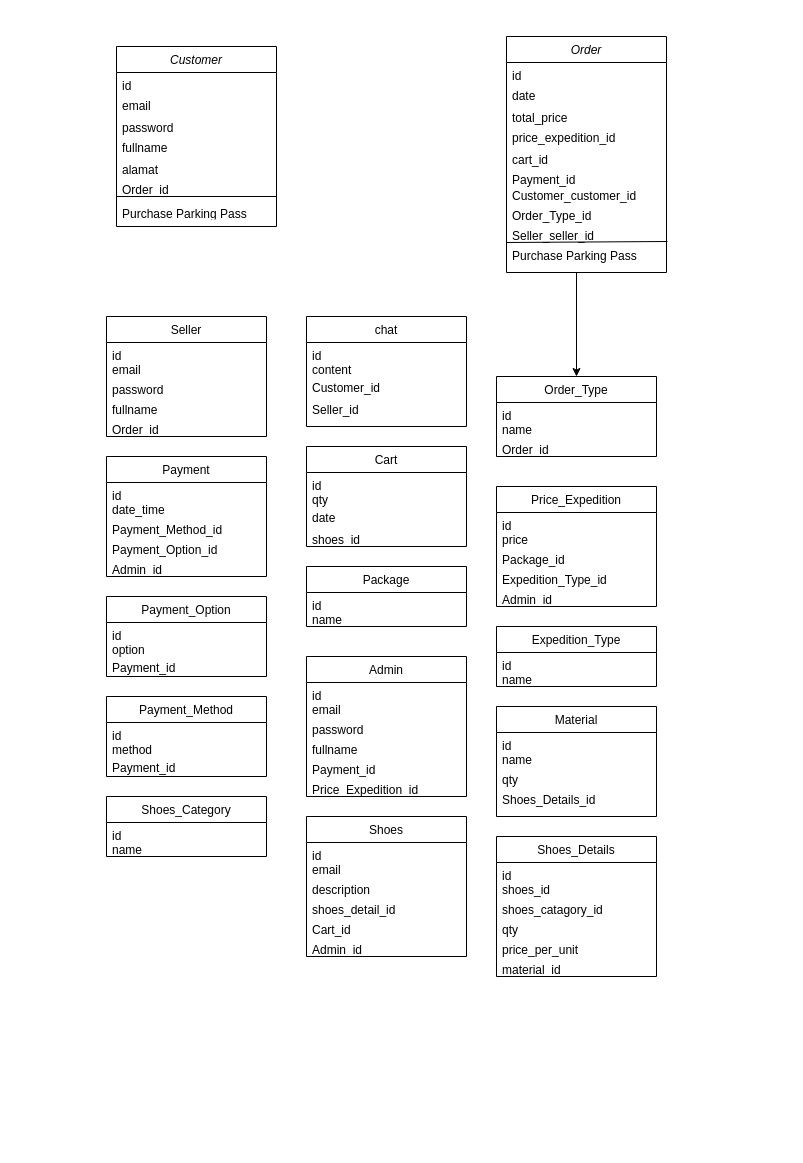
This is Diagram Tanpa Judul.drawio from nadiatiaraa/classdiagramsepatu, a draw.io file, before an edit. Source tidied: cells renumbered, new cells numbered last; positions are measured from the earlier drawing's top-left corner, leaving out a move shared by most shapes. Both pictures are drawn from the tidied source at 100%, with x=0, y=0 at pixel (106, 36).
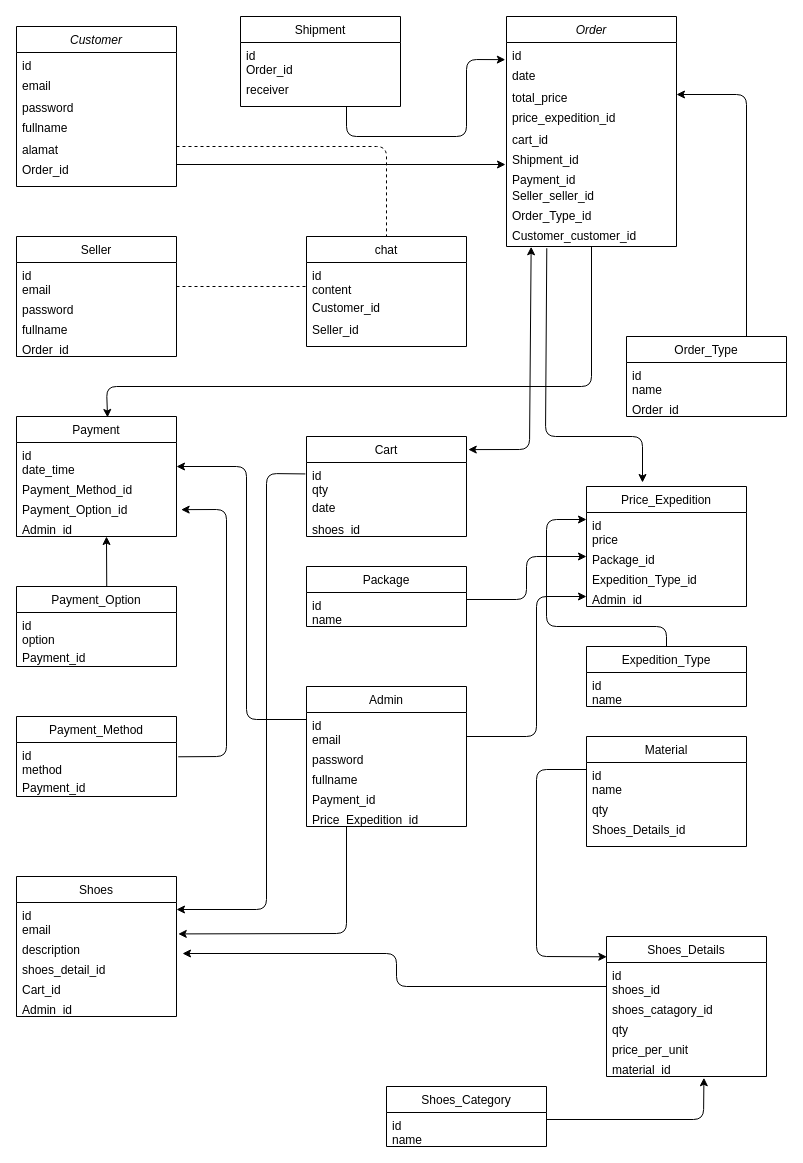
After the change.

Commit message:
diagramclass_sepatu_08

The change refers to these unchanged cells:
```xml
<mxCell id="7" value="alamat" style="text;align=left;verticalAlign=top;spacingLeft=4;spacingRight=4;overflow=hidden;points=[[0,0.5],[1,0.5]];portConstraint=eastwest;rounded=0;shadow=0;html=0;" parent="2" vertex="1">
  <mxGeometry y="110" width="160" height="20" as="geometry" />
</mxCell>
<mxCell id="8" value="Order_id" style="text;align=left;verticalAlign=top;spacingLeft=4;spacingRight=4;overflow=hidden;points=[[0,0.5],[1,0.5]];portConstraint=eastwest;rounded=0;shadow=0;html=0;" parent="2" vertex="1">
  <mxGeometry y="130" width="160" height="16" as="geometry" />
</mxCell>
<mxCell id="13" value="email" style="text;align=left;verticalAlign=top;spacingLeft=4;spacingRight=4;overflow=hidden;points=[[0,0.5],[1,0.5]];portConstraint=eastwest;rounded=0;shadow=0;html=0;" parent="11" vertex="1">
  <mxGeometry y="40" width="160" height="20" as="geometry" />
</mxCell>
<mxCell id="43" value="id" style="text;align=left;verticalAlign=top;spacingLeft=4;spacingRight=4;overflow=hidden;points=[[0,0.5],[1,0.5]];portConstraint=eastwest;" parent="42" vertex="1">
  <mxGeometry y="26" width="160" height="14" as="geometry" />
</mxCell>
<mxCell id="45" value="Package_id" style="text;align=left;verticalAlign=top;spacingLeft=4;spacingRight=4;overflow=hidden;points=[[0,0.5],[1,0.5]];portConstraint=eastwest;rounded=0;shadow=0;html=0;" parent="42" vertex="1">
  <mxGeometry y="60" width="160" height="20" as="geometry" />
</mxCell>
<mxCell id="47" value="Admin_id" style="text;align=left;verticalAlign=top;spacingLeft=4;spacingRight=4;overflow=hidden;points=[[0,0.5],[1,0.5]];portConstraint=eastwest;rounded=0;shadow=0;html=0;" parent="42" vertex="1">
  <mxGeometry y="100" width="160" height="20" as="geometry" />
</mxCell>
<mxCell id="50" value="qty" style="text;align=left;verticalAlign=top;spacingLeft=4;spacingRight=4;overflow=hidden;points=[[0,0.5],[1,0.5]];portConstraint=eastwest;" parent="48" vertex="1">
  <mxGeometry y="40" width="160" height="18" as="geometry" />
</mxCell>
<mxCell id="55" value="date_time" style="text;align=left;verticalAlign=top;spacingLeft=4;spacingRight=4;overflow=hidden;points=[[0,0.5],[1,0.5]];portConstraint=eastwest;rounded=0;shadow=0;html=0;" parent="53" vertex="1">
  <mxGeometry y="40" width="160" height="20" as="geometry" />
</mxCell>
<mxCell id="58" value="Admin_id" style="text;align=left;verticalAlign=top;spacingLeft=4;spacingRight=4;overflow=hidden;points=[[0,0.5],[1,0.5]];portConstraint=eastwest;rounded=0;shadow=0;html=0;" parent="53" vertex="1">
  <mxGeometry y="100" width="160" height="20" as="geometry" />
</mxCell>
<mxCell id="64" value="id" style="text;align=left;verticalAlign=top;spacingLeft=4;spacingRight=4;overflow=hidden;points=[[0,0.5],[1,0.5]];portConstraint=eastwest;" parent="63" vertex="1">
  <mxGeometry y="26" width="160" height="14" as="geometry" />
</mxCell>
<mxCell id="68" value="method" style="text;align=left;verticalAlign=top;spacingLeft=4;spacingRight=4;overflow=hidden;points=[[0,0.5],[1,0.5]];portConstraint=eastwest;" parent="66" vertex="1">
  <mxGeometry y="40" width="160" height="18" as="geometry" />
</mxCell>
<mxCell id="71" value="id" style="text;align=left;verticalAlign=top;spacingLeft=4;spacingRight=4;overflow=hidden;points=[[0,0.5],[1,0.5]];portConstraint=eastwest;" parent="70" vertex="1">
  <mxGeometry y="26" width="160" height="14" as="geometry" />
</mxCell>
<mxCell id="72" value="email" style="text;align=left;verticalAlign=top;spacingLeft=4;spacingRight=4;overflow=hidden;points=[[0,0.5],[1,0.5]];portConstraint=eastwest;rounded=0;shadow=0;html=0;" parent="70" vertex="1">
  <mxGeometry y="40" width="160" height="20" as="geometry" />
</mxCell>
<mxCell id="78" value="id" style="text;align=left;verticalAlign=top;spacingLeft=4;spacingRight=4;overflow=hidden;points=[[0,0.5],[1,0.5]];portConstraint=eastwest;" parent="77" vertex="1">
  <mxGeometry y="26" width="160" height="14" as="geometry" />
</mxCell>
<mxCell id="84" value="shoes_id" style="text;align=left;verticalAlign=top;spacingLeft=4;spacingRight=4;overflow=hidden;points=[[0,0.5],[1,0.5]];portConstraint=eastwest;rounded=0;shadow=0;html=0;" parent="82" vertex="1">
  <mxGeometry y="40" width="160" height="20" as="geometry" />
</mxCell>
<mxCell id="88" value="material_id" style="text;align=left;verticalAlign=top;spacingLeft=4;spacingRight=4;overflow=hidden;points=[[0,0.5],[1,0.5]];portConstraint=eastwest;rounded=0;shadow=0;html=0;" parent="82" vertex="1">
  <mxGeometry y="120" width="160" height="20" as="geometry" />
</mxCell>
<mxCell id="90" value="id" style="text;align=left;verticalAlign=top;spacingLeft=4;spacingRight=4;overflow=hidden;points=[[0,0.5],[1,0.5]];portConstraint=eastwest;" parent="89" vertex="1">
  <mxGeometry y="26" width="160" height="14" as="geometry" />
</mxCell>
<mxCell id="93" value="id" style="text;align=left;verticalAlign=top;spacingLeft=4;spacingRight=4;overflow=hidden;points=[[0,0.5],[1,0.5]];portConstraint=eastwest;" parent="92" vertex="1">
  <mxGeometry y="26" width="160" height="14" as="geometry" />
</mxCell>
<mxCell id="95" value="description" style="text;align=left;verticalAlign=top;spacingLeft=4;spacingRight=4;overflow=hidden;points=[[0,0.5],[1,0.5]];portConstraint=eastwest;rounded=0;shadow=0;html=0;" parent="92" vertex="1">
  <mxGeometry y="60" width="160" height="20" as="geometry" />
</mxCell>
```

Change to the diagram source:
```diff
@@
     <mxCell id="2" value="Customer" style="swimlane;fontStyle=2;align=center;verticalAlign=top;horizontal=1;startSize=26;rounded=0;shadow=0;strokeWidth=1;" parent="1" vertex="1">
-      <mxGeometry x="10" y="10" width="160" height="180" as="geometry" />
+      <mxGeometry x="-90" y="-10" width="160" height="160" as="geometry" />
     </mxCell>
@@
-    <mxCell id="9" style="line;html=1;strokeWidth=1;align=left;verticalAlign=middle;spacingTop=-1;spacingLeft=3;spacingRight=3;labelPosition=right;" parent="2" vertex="1">
-      <mxGeometry y="146" width="160" height="8" as="geometry" />
-    </mxCell>
-    <mxCell id="10" value="Purchase Parking Pass" style="text;align=left;verticalAlign=top;spacingLeft=4;spacingRight=4;overflow=hidden;" parent="2" vertex="1">
-      <mxGeometry y="154" width="160" height="14" as="geometry" />
-    </mxCell>
     <mxCell id="11" value="Seller" style="swimlane;fontStyle=0;align=center;verticalAlign=top;horizontal=1;startSize=26;rounded=0;shadow=0;strokeWidth=1;" parent="1" vertex="1">
-      <mxGeometry y="280" width="160" height="120" as="geometry" />
+      <mxGeometry x="-90" y="200" width="160" height="120" as="geometry" />
     </mxCell>
@@
     <mxCell id="17" value="chat" style="swimlane;fontStyle=0;align=center;verticalAlign=top;horizontal=1;startSize=26;rounded=0;shadow=0;strokeWidth=1;" parent="1" vertex="1">
-      <mxGeometry x="200" y="280" width="160" height="110" as="geometry" />
+      <mxGeometry x="200" y="200" width="160" height="110" as="geometry" />
     </mxCell>
@@
     <mxCell id="22" value="Order" style="swimlane;fontStyle=2;align=center;verticalAlign=top;horizontal=1;startSize=26;rounded=0;shadow=0;strokeWidth=1;" parent="1" vertex="1">
-      <mxGeometry x="400" width="160" height="236" as="geometry" />
+      <mxGeometry x="400" y="-20" width="170" height="230" as="geometry" />
     </mxCell>
     <mxCell id="23" value="id" style="text;align=left;verticalAlign=top;spacingLeft=4;spacingRight=4;overflow=hidden;" parent="22" vertex="1">
-      <mxGeometry y="26" width="160" height="20" as="geometry" />
+      <mxGeometry y="26" width="170" height="20" as="geometry" />
     </mxCell>
     <mxCell id="24" value="date" style="text;align=left;verticalAlign=top;spacingLeft=4;spacingRight=4;overflow=hidden;points=[[0,0.5],[1,0.5]];portConstraint=eastwest;rounded=0;shadow=0;html=0;" parent="22" vertex="1">
-      <mxGeometry y="46" width="160" height="22" as="geometry" />
+      <mxGeometry y="46" width="170" height="22" as="geometry" />
     </mxCell>
     <mxCell id="25" value="total_price" style="text;align=left;verticalAlign=top;spacingLeft=4;spacingRight=4;overflow=hidden;points=[[0,0.5],[1,0.5]];portConstraint=eastwest;rounded=0;shadow=0;html=0;" parent="22" vertex="1">
-      <mxGeometry y="68" width="160" height="20" as="geometry" />
+      <mxGeometry y="68" width="170" height="20" as="geometry" />
     </mxCell>
     <mxCell id="26" value="price_expedition_id" style="text;align=left;verticalAlign=top;spacingLeft=4;spacingRight=4;overflow=hidden;rounded=0;shadow=0;html=0;" parent="22" vertex="1">
-      <mxGeometry y="88" width="160" height="22" as="geometry" />
+      <mxGeometry y="88" width="170" height="22" as="geometry" />
     </mxCell>
     <mxCell id="27" value="cart_id" style="text;align=left;verticalAlign=top;spacingLeft=4;spacingRight=4;overflow=hidden;rounded=0;shadow=0;html=0;" parent="22" vertex="1">
-      <mxGeometry y="110" width="160" height="20" as="geometry" />
+      <mxGeometry y="110" width="170" height="20" as="geometry" />
     </mxCell>
+    <mxCell id="99" value="Shipment_id" style="text;align=left;verticalAlign=top;spacingLeft=4;spacingRight=4;overflow=hidden;" parent="22" vertex="1">
+      <mxGeometry y="130" width="170" height="20" as="geometry" />
+    </mxCell>
     <mxCell id="28" value="Payment_id" style="text;align=left;verticalAlign=top;spacingLeft=4;spacingRight=4;overflow=hidden;rounded=0;shadow=0;html=0;" parent="22" vertex="1">
-      <mxGeometry y="130" width="160" height="16" as="geometry" />
+      <mxGeometry y="150" width="170" height="16" as="geometry" />
     </mxCell>
+    <mxCell id="32" value="Seller_seller_id" style="text;align=left;verticalAlign=top;spacingLeft=4;spacingRight=4;overflow=hidden;rounded=0;shadow=0;html=0;" parent="22" vertex="1">
+      <mxGeometry y="166" width="170" height="20" as="geometry" />
+    </mxCell>
+    <mxCell id="31" value="Order_Type_id" style="text;align=left;verticalAlign=top;spacingLeft=4;spacingRight=4;overflow=hidden;rounded=0;shadow=0;html=0;" parent="22" vertex="1">
+      <mxGeometry y="186" width="170" height="20" as="geometry" />
+    </mxCell>
     <mxCell id="29" value="Customer_customer_id" style="text;align=left;verticalAlign=top;spacingLeft=4;spacingRight=4;overflow=hidden;points=[[0,0.5],[1,0.5]];portConstraint=eastwest;rounded=0;shadow=0;html=0;" parent="22" vertex="1">
-      <mxGeometry y="146" width="160" height="20" as="geometry" />
+      <mxGeometry y="206" width="170" height="20" as="geometry" />
     </mxCell>
-    <mxCell id="30" style="endArrow=none;html=1;entryX=1.006;entryY=-0.033;entryDx=0;entryDy=0;entryPerimeter=0;" parent="22" edge="1" target="33">
-      <mxGeometry relative="1" as="geometry">
-        <mxPoint y="206" as="sourcePoint" />
-      </mxGeometry>
-    </mxCell>
-    <mxCell id="31" value="Order_Type_id" style="text;align=left;verticalAlign=top;spacingLeft=4;spacingRight=4;overflow=hidden;rounded=0;shadow=0;html=0;" parent="22" vertex="1">
-      <mxGeometry y="166" width="160" height="20" as="geometry" />
-    </mxCell>
-    <mxCell id="32" value="Seller_seller_id" style="text;align=left;verticalAlign=top;spacingLeft=4;spacingRight=4;overflow=hidden;rounded=0;shadow=0;html=0;" parent="22" vertex="1">
-      <mxGeometry y="186" width="160" height="20" as="geometry" />
-    </mxCell>
-    <mxCell id="33" value="Purchase Parking Pass" style="text;align=left;verticalAlign=top;spacingLeft=4;spacingRight=4;overflow=hidden;points=[[0,0.5],[1,0.5]];portConstraint=eastwest;" parent="22" vertex="1">
-      <mxGeometry y="206" width="160" height="30" as="geometry" />
-    </mxCell>
-    <mxCell id="34" style="endArrow=classic;html=1;entryX=0.5;entryY=0;entryDx=0;entryDy=0;" parent="22" edge="1" target="35">
-      <mxGeometry relative="1" as="geometry">
-        <mxPoint x="70" y="236" as="sourcePoint" />
-      </mxGeometry>
-    </mxCell>
     <mxCell id="35" value="Order_Type" style="swimlane;fontStyle=0;align=center;verticalAlign=top;horizontal=1;startSize=26;rounded=0;shadow=0;strokeWidth=1;" parent="1" vertex="1">
-      <mxGeometry x="390" y="340" width="160" height="80" as="geometry" />
+      <mxGeometry x="520" y="300" width="160" height="80" as="geometry" />
     </mxCell>
@@
     <mxCell id="39" value="Expedition_Type" style="swimlane;fontStyle=0;align=center;verticalAlign=top;horizontal=1;startSize=26;rounded=0;shadow=0;strokeWidth=1;" parent="1" vertex="1">
-      <mxGeometry x="390" y="590" width="160" height="60" as="geometry" />
+      <mxGeometry x="480" y="610" width="160" height="60" as="geometry" />
     </mxCell>
@@
     <mxCell id="42" value="Price_Expedition" style="swimlane;fontStyle=0;align=center;verticalAlign=top;horizontal=1;startSize=26;rounded=0;shadow=0;strokeWidth=1;" parent="1" vertex="1">
-      <mxGeometry x="390" y="450" width="160" height="120" as="geometry" />
+      <mxGeometry x="480" y="450" width="160" height="120" as="geometry" />
     </mxCell>
@@
     <mxCell id="48" value="Cart" style="swimlane;fontStyle=0;align=center;verticalAlign=top;horizontal=1;startSize=26;rounded=0;shadow=0;strokeWidth=1;" parent="1" vertex="1">
-      <mxGeometry x="200" y="410" width="160" height="100" as="geometry" />
+      <mxGeometry x="200" y="400" width="160" height="100" as="geometry" />
     </mxCell>
@@
     <mxCell id="53" value="Payment" style="swimlane;fontStyle=0;align=center;verticalAlign=top;horizontal=1;startSize=26;rounded=0;shadow=0;strokeWidth=1;" parent="1" vertex="1">
-      <mxGeometry y="420" width="160" height="120" as="geometry" />
+      <mxGeometry x="-90" y="380" width="160" height="120" as="geometry" />
     </mxCell>
@@
     <mxCell id="59" value="Payment_Option" style="swimlane;fontStyle=0;align=center;verticalAlign=top;horizontal=1;startSize=26;rounded=0;shadow=0;strokeWidth=1;" parent="1" vertex="1">
-      <mxGeometry y="560" width="160" height="80" as="geometry" />
+      <mxGeometry x="-90" y="550" width="160" height="80" as="geometry" />
     </mxCell>
@@
     <mxCell id="66" value="Payment_Method" style="swimlane;fontStyle=0;align=center;verticalAlign=top;horizontal=1;startSize=26;rounded=0;shadow=0;strokeWidth=1;" parent="1" vertex="1">
-      <mxGeometry y="660" width="160" height="80" as="geometry" />
+      <mxGeometry x="-90" y="680" width="160" height="80" as="geometry" />
     </mxCell>
@@
     <mxCell id="70" value="Admin" style="swimlane;fontStyle=0;align=center;verticalAlign=top;horizontal=1;startSize=26;rounded=0;shadow=0;strokeWidth=1;" parent="1" vertex="1">
-      <mxGeometry x="200" y="620" width="160" height="140" as="geometry" />
+      <mxGeometry x="200" y="650" width="160" height="140" as="geometry" />
     </mxCell>
@@
     <mxCell id="77" value="Material" style="swimlane;fontStyle=0;align=center;verticalAlign=top;horizontal=1;startSize=26;rounded=0;shadow=0;strokeWidth=1;" parent="1" vertex="1">
-      <mxGeometry x="390" y="670" width="160" height="110" as="geometry" />
+      <mxGeometry x="480" y="700" width="160" height="110" as="geometry" />
     </mxCell>
@@
     <mxCell id="82" value="Shoes_Details" style="swimlane;fontStyle=0;align=center;verticalAlign=top;horizontal=1;startSize=26;rounded=0;shadow=0;strokeWidth=1;" parent="1" vertex="1">
-      <mxGeometry x="390" y="800" width="160" height="140" as="geometry" />
+      <mxGeometry x="500" y="900" width="160" height="140" as="geometry" />
     </mxCell>
@@
     <mxCell id="89" value="Shoes_Category" style="swimlane;fontStyle=0;align=center;verticalAlign=top;horizontal=1;startSize=26;rounded=0;shadow=0;strokeWidth=1;" parent="1" vertex="1">
-      <mxGeometry y="760" width="160" height="60" as="geometry" />
+      <mxGeometry x="280" y="1050" width="160" height="60" as="geometry" />
     </mxCell>
@@
     <mxCell id="92" value="Shoes" style="swimlane;fontStyle=0;align=center;verticalAlign=top;horizontal=1;startSize=26;rounded=0;shadow=0;strokeWidth=1;" parent="1" vertex="1">
-      <mxGeometry x="200" y="780" width="160" height="140" as="geometry" />
+      <mxGeometry x="-90" y="840" width="160" height="140" as="geometry" />
     </mxCell>
@@
+    <mxCell id="100" style="endArrow=none;dashed=1;html=1;entryX=0.5;entryY=0;entryDx=0;entryDy=0;exitX=1;exitY=0.5;exitDx=0;exitDy=0;" parent="1" edge="1" source="7" target="17">
+      <mxGeometry relative="1" as="geometry">
+        <Array as="points">
+          <mxPoint x="280" y="110" />
+        </Array>
+      </mxGeometry>
+    </mxCell>
+    <mxCell id="101" style="endArrow=classic;html=1;exitX=1;exitY=0.5;exitDx=0;exitDy=0;" parent="1" edge="1" source="8">
+      <mxGeometry relative="1" as="geometry">
+        <mxPoint x="399" y="128" as="targetPoint" />
+      </mxGeometry>
+    </mxCell>
+    <mxCell id="102" style="endArrow=none;dashed=1;html=1;exitX=1;exitY=0.5;exitDx=0;exitDy=0;" parent="1" edge="1" source="13">
+      <mxGeometry relative="1" as="geometry">
+        <mxPoint x="199" y="250" as="targetPoint" />
+      </mxGeometry>
+    </mxCell>
+    <mxCell id="103" style="endArrow=classic;html=1;entryX=1;entryY=0.5;entryDx=0;entryDy=0;" parent="1" edge="1" target="25">
+      <mxGeometry relative="1" as="geometry">
+        <mxPoint x="640" y="300" as="sourcePoint" />
+        <Array as="points">
+          <mxPoint x="640" y="58" />
+        </Array>
+      </mxGeometry>
+    </mxCell>
+    <mxCell id="104" style="endArrow=classic;html=1;exitX=0.5;exitY=1;exitDx=0;exitDy=0;entryX=0.569;entryY=0.008;entryDx=0;entryDy=0;entryPerimeter=0;" parent="1" edge="1" source="22" target="53">
+      <mxGeometry relative="1" as="geometry">
+        <Array as="points">
+          <mxPoint x="485" y="350" />
+          <mxPoint y="350" />
+        </Array>
+      </mxGeometry>
+    </mxCell>
+    <mxCell id="105" style="endArrow=classic;html=1;exitX=0.237;exitY=1.286;exitDx=0;exitDy=0;exitPerimeter=0;" parent="1" edge="1" source="29">
+      <mxGeometry relative="1" as="geometry">
+        <mxPoint x="536" y="446" as="targetPoint" />
+        <Array as="points">
+          <mxPoint x="439" y="400" />
+          <mxPoint x="536" y="400" />
+        </Array>
+      </mxGeometry>
+    </mxCell>
+    <mxCell id="106" style="endArrow=classic;html=1;exitX=1;exitY=0.5;exitDx=0;exitDy=0;entryX=0.609;entryY=1.064;entryDx=0;entryDy=0;entryPerimeter=0;" parent="1" edge="1" source="90" target="88">
+      <mxGeometry relative="1" as="geometry">
+        <Array as="points">
+          <mxPoint x="597" y="1083" />
+        </Array>
+      </mxGeometry>
+    </mxCell>
+    <mxCell id="107" style="endArrow=classic;html=1;exitX=0.5;exitY=0;exitDx=0;exitDy=0;entryX=0;entryY=0.5;entryDx=0;entryDy=0;" parent="1" edge="1" source="39" target="43">
+      <mxGeometry relative="1" as="geometry">
+        <Array as="points">
+          <mxPoint x="560" y="590" />
+          <mxPoint x="440" y="590" />
+          <mxPoint x="440" y="483" />
+        </Array>
+      </mxGeometry>
+    </mxCell>
+    <mxCell id="108" style="endArrow=classic;html=1;exitX=1;exitY=0.5;exitDx=0;exitDy=0;entryX=0;entryY=0.5;entryDx=0;entryDy=0;" parent="1" edge="1" source="64" target="45">
+      <mxGeometry relative="1" as="geometry">
+        <Array as="points">
+          <mxPoint x="420" y="563" />
+          <mxPoint x="420" y="520" />
+        </Array>
+      </mxGeometry>
+    </mxCell>
+    <mxCell id="109" style="endArrow=classic;html=1;exitX=0.564;exitY=0.004;exitDx=0;exitDy=0;exitPerimeter=0;" parent="1" edge="1" source="59">
+      <mxGeometry relative="1" as="geometry">
+        <mxPoint y="500" as="targetPoint" />
+      </mxGeometry>
+    </mxCell>
+    <mxCell id="110" style="endArrow=classic;html=1;exitX=1.011;exitY=0.016;exitDx=0;exitDy=0;exitPerimeter=0;entryX=1.029;entryY=-0.343;entryDx=0;entryDy=0;entryPerimeter=0;" parent="1" edge="1" source="68" target="58">
+      <mxGeometry relative="1" as="geometry">
+        <Array as="points">
+          <mxPoint x="120" y="720" />
+          <mxPoint x="120" y="473" />
+        </Array>
+      </mxGeometry>
+    </mxCell>
+    <mxCell id="111" style="endArrow=classic;startArrow=classic;html=1;entryX=0.145;entryY=1.214;entryDx=0;entryDy=0;entryPerimeter=0;exitX=1.011;exitY=0.131;exitDx=0;exitDy=0;exitPerimeter=0;" parent="1" edge="1" source="48" target="29">
+      <mxGeometry relative="1" as="geometry">
+        <Array as="points">
+          <mxPoint x="423" y="413" />
+        </Array>
+      </mxGeometry>
+    </mxCell>
+    <mxCell id="112" style="endArrow=classic;html=1;exitX=0;exitY=0.5;exitDx=0;exitDy=0;" parent="1" edge="1" source="84">
+      <mxGeometry relative="1" as="geometry">
+        <mxPoint x="76" y="917" as="targetPoint" />
+        <Array as="points">
+          <mxPoint x="290" y="950" />
+          <mxPoint x="290" y="917" />
+        </Array>
+      </mxGeometry>
+    </mxCell>
+    <mxCell id="113" style="endArrow=classic;html=1;exitX=-0.007;exitY=-0.143;exitDx=0;exitDy=0;exitPerimeter=0;entryX=1;entryY=0.5;entryDx=0;entryDy=0;" parent="1" edge="1" source="50" target="93">
+      <mxGeometry relative="1" as="geometry">
+        <Array as="points">
+          <mxPoint x="160" y="437" />
+          <mxPoint x="160" y="873" />
+        </Array>
+      </mxGeometry>
+    </mxCell>
+    <mxCell id="114" style="endArrow=classic;html=1;exitX=0;exitY=0.5;exitDx=0;exitDy=0;entryX=0.002;entryY=0.145;entryDx=0;entryDy=0;entryPerimeter=0;" parent="1" edge="1" source="78" target="82">
+      <mxGeometry relative="1" as="geometry">
+        <Array as="points">
+          <mxPoint x="430" y="733" />
+          <mxPoint x="430" y="920" />
+        </Array>
+      </mxGeometry>
+    </mxCell>
+    <mxCell id="115" style="endArrow=classic;html=1;entryX=1.011;entryY=-0.129;entryDx=0;entryDy=0;entryPerimeter=0;" parent="1" edge="1" target="95">
+      <mxGeometry relative="1" as="geometry">
+        <mxPoint x="240" y="790" as="sourcePoint" />
+        <Array as="points">
+          <mxPoint x="240" y="897" />
+        </Array>
+      </mxGeometry>
+    </mxCell>
+    <mxCell id="116" style="endArrow=classic;html=1;exitX=0;exitY=0.5;exitDx=0;exitDy=0;entryX=1;entryY=0.5;entryDx=0;entryDy=0;" parent="1" edge="1" source="71" target="55">
+      <mxGeometry relative="1" as="geometry">
+        <Array as="points">
+          <mxPoint x="140" y="683" />
+          <mxPoint x="140" y="430" />
+        </Array>
+      </mxGeometry>
+    </mxCell>
+    <mxCell id="117" style="endArrow=classic;html=1;exitX=1;exitY=0.5;exitDx=0;exitDy=0;entryX=0;entryY=0.5;entryDx=0;entryDy=0;" parent="1" edge="1" source="72" target="47">
+      <mxGeometry relative="1" as="geometry">
+        <Array as="points">
+          <mxPoint x="430" y="700" />
+          <mxPoint x="430" y="560" />
+        </Array>
+      </mxGeometry>
+    </mxCell>
+    <mxCell id="118" value="Shipment" style="swimlane;fontStyle=0;align=center;verticalAlign=top;horizontal=1;startSize=26;rounded=0;shadow=0;strokeWidth=1;" parent="1" vertex="1">
+      <mxGeometry x="134" y="-20" width="160" height="90" as="geometry" />
+    </mxCell>
+    <mxCell id="119" value="id" style="text;align=left;verticalAlign=top;spacingLeft=4;spacingRight=4;overflow=hidden;" parent="118" vertex="1">
+      <mxGeometry y="26" width="160" height="14" as="geometry" />
+    </mxCell>
+    <mxCell id="120" value="Order_id" style="text;align=left;verticalAlign=top;spacingLeft=4;spacingRight=4;overflow=hidden;rounded=0;shadow=0;html=0;" parent="118" vertex="1">
+      <mxGeometry y="40" width="160" height="20" as="geometry" />
+    </mxCell>
+    <mxCell id="121" value="receiver" style="text;align=left;verticalAlign=top;spacingLeft=4;spacingRight=4;overflow=hidden;rounded=0;shadow=0;html=0;" parent="118" vertex="1">
+      <mxGeometry y="60" width="160" height="20" as="geometry" />
+    </mxCell>
+    <mxCell id="122" style="endArrow=classic;html=1;entryX=-0.007;entryY=-0.13;entryDx=0;entryDy=0;entryPerimeter=0;" parent="1" edge="1" target="24">
+      <mxGeometry relative="1" as="geometry">
+        <mxPoint x="240" y="70" as="sourcePoint" />
+        <Array as="points">
+          <mxPoint x="240" y="100" />
+          <mxPoint x="360" y="100" />
+          <mxPoint x="360" y="23" />
+        </Array>
+      </mxGeometry>
+    </mxCell>
```
